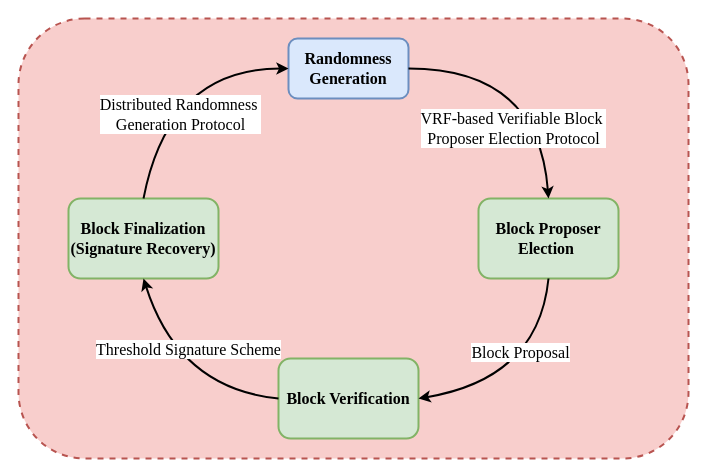
Before: page "Components of consenuss protocol" (2 of 6) of Doc/PHD_Papers/Thesis_Paper/Stable Wireless Blockchain Consensus Protocol/A_Stable_Consensus_protoccol_in_Wireless_Blockchain_System_EN/pics/Stable_Wireless_Blockchain_Consenusus_Protocol.drawio in LiZhang2021/Blockchain, a draw.io diagram. Source tidied: cells renumbered, new cells numbered last; positions are measured from the earlier drawing's top-left corner, leaving out a move shared by most shapes. Both pictures are drawn from the tidied source at 100%, with x=0, y=0 at pixel (18, 18).
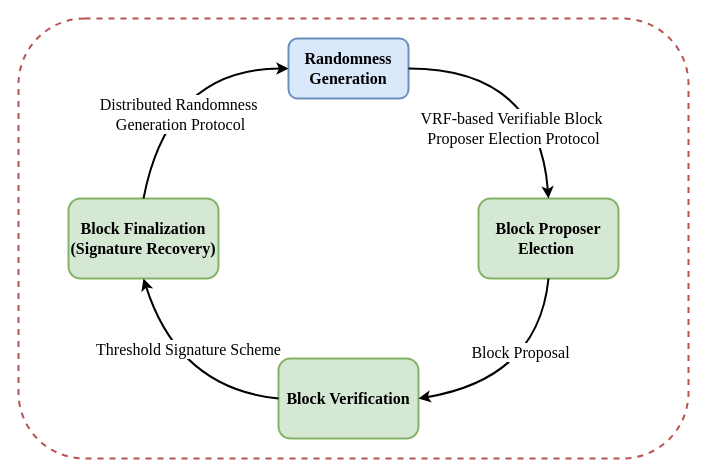
The same page after the edit.

Diff of the diagram source:
```diff
@@
-    <mxCell id="2" style="rounded=1;whiteSpace=wrap;html=1;fontFamily=Times New Roman;fontSize=16;strokeWidth=2;dashed=1;fillColor=#f8cecc;strokeColor=#b85450;" parent="1" vertex="1">
+    <mxCell id="2" style="rounded=1;whiteSpace=wrap;html=1;fontFamily=Times New Roman;fontSize=16;strokeWidth=2;dashed=1;fillColor=#FFFFFF;strokeColor=#b85450;" parent="1" vertex="1">
       <mxGeometry width="670" height="440" as="geometry" />
     </mxCell>
```
